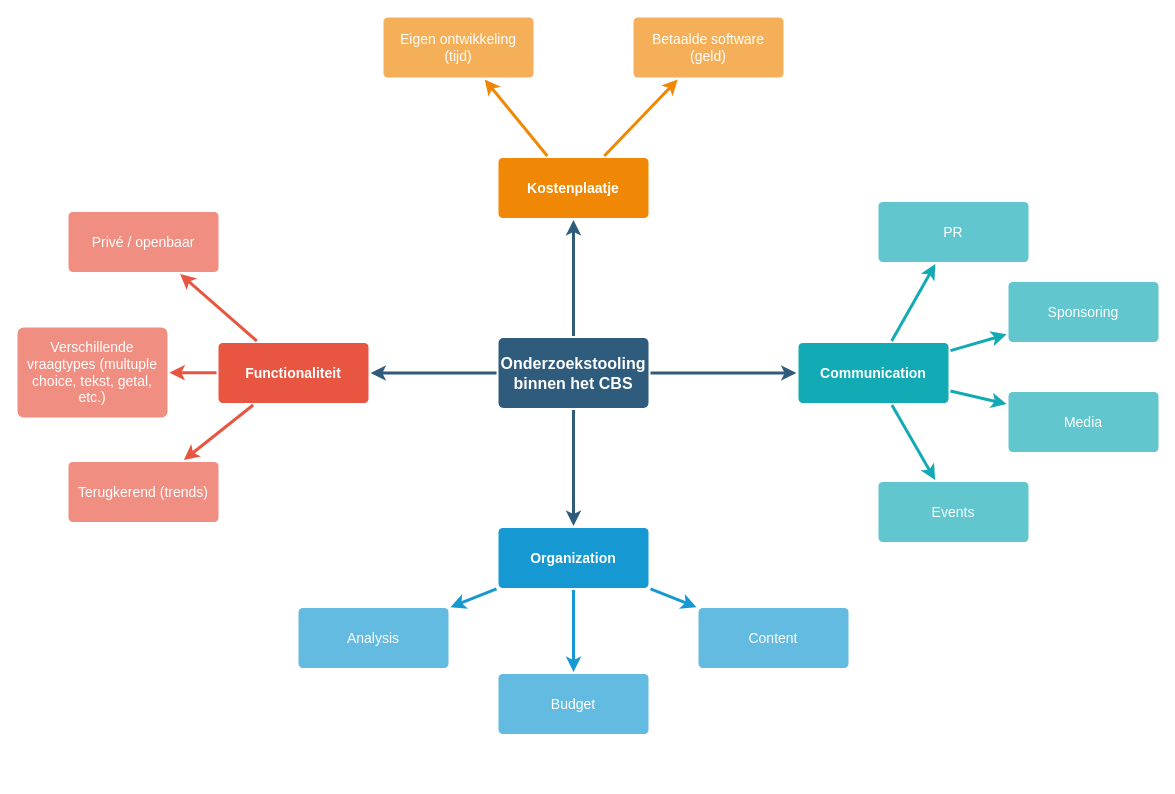
The draw.io diagram diagrammen/2025-02-10 Mindmap.drawio in LeroyGerrits/zuyd, before the edit. Source tidied: cells renumbered, new cells numbered last; positions are measured from the earlier drawing's top-left corner, leaving out a move shared by most shapes. Both pictures are drawn from the tidied source at 100%, with x=0, y=0 at pixel (17, 17).
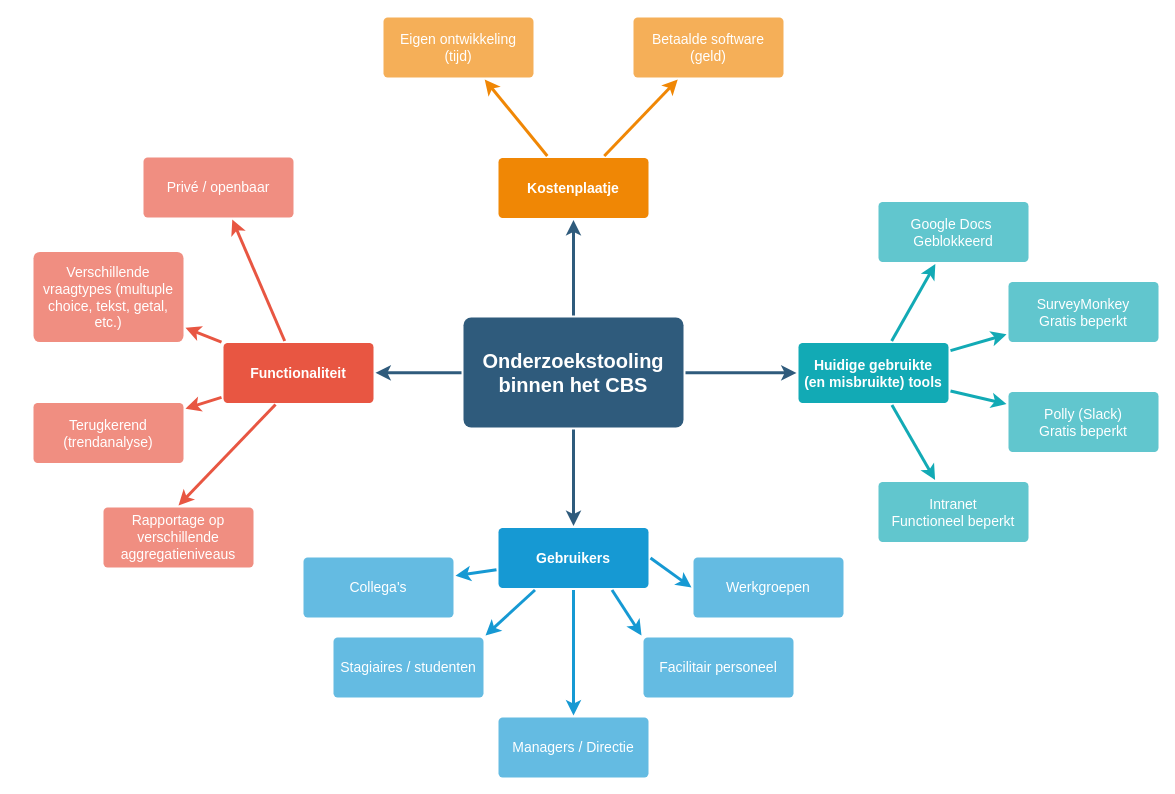
The same page after the edit.

What changed in the source:
```diff
@@
-    <mxCell id="6" value="Onderzoekstooling binnen het CBS" style="rounded=1;whiteSpace=wrap;html=1;shadow=0;labelBackgroundColor=none;strokeColor=none;strokeWidth=3;fillColor=#2F5B7C;fontFamily=Helvetica;fontSize=16;fontColor=#FFFFFF;align=center;fontStyle=1;spacing=5;arcSize=7;perimeterSpacing=2;" parent="1" vertex="1">
-      <mxGeometry x="481" y="320.5" width="150" height="70" as="geometry" />
+    <mxCell id="6" value="Onderzoekstooling binnen het CBS" style="rounded=1;whiteSpace=wrap;html=1;shadow=0;labelBackgroundColor=none;strokeColor=none;strokeWidth=3;fillColor=#2F5B7C;fontFamily=Helvetica;fontSize=20;fontColor=#FFFFFF;align=center;fontStyle=1;spacing=5;arcSize=7;perimeterSpacing=2;" parent="1" vertex="1">
+      <mxGeometry x="446" y="300" width="220" height="110" as="geometry" />
     </mxCell>
@@
     <mxCell id="10" value="Functionaliteit" style="rounded=1;whiteSpace=wrap;html=1;shadow=0;labelBackgroundColor=none;strokeColor=none;strokeWidth=3;fillColor=#e85642;fontFamily=Helvetica;fontSize=14;fontColor=#FFFFFF;align=center;spacing=5;fontStyle=1;arcSize=7;perimeterSpacing=2;" parent="1" vertex="1">
-      <mxGeometry x="201" y="325.5" width="150" height="60" as="geometry" />
+      <mxGeometry x="206" y="325.5" width="150" height="60" as="geometry" />
     </mxCell>
-    <mxCell id="11" value="Terugkerend (trends)" style="rounded=1;whiteSpace=wrap;html=1;shadow=0;labelBackgroundColor=none;strokeColor=none;strokeWidth=3;fillColor=#f08e81;fontFamily=Helvetica;fontSize=14;fontColor=#FFFFFF;align=center;spacing=5;fontStyle=0;arcSize=7;perimeterSpacing=2;" parent="1" vertex="1">
-      <mxGeometry x="51" y="444.5" width="150" height="60" as="geometry" />
+    <mxCell id="11" value="Terugkerend (trendanalyse)" style="rounded=1;whiteSpace=wrap;html=1;shadow=0;labelBackgroundColor=none;strokeColor=none;strokeWidth=3;fillColor=#f08e81;fontFamily=Helvetica;fontSize=14;fontColor=#FFFFFF;align=center;spacing=5;fontStyle=0;arcSize=7;perimeterSpacing=2;" parent="1" vertex="1">
+      <mxGeometry x="16" y="385.5" width="150" height="60" as="geometry" />
     </mxCell>
     <mxCell id="12" value="Verschillende vraagtypes (multuple choice, tekst, getal, etc.)" style="rounded=1;whiteSpace=wrap;html=1;shadow=0;labelBackgroundColor=none;strokeColor=none;strokeWidth=3;fillColor=#f08e81;fontFamily=Helvetica;fontSize=14;fontColor=#FFFFFF;align=center;spacing=5;fontStyle=0;arcSize=7;perimeterSpacing=2;" parent="1" vertex="1">
-      <mxGeometry y="310" width="150" height="90" as="geometry" />
+      <mxGeometry x="16" y="234.5" width="150" height="90" as="geometry" />
     </mxCell>
     <mxCell id="13" value="Privé / openbaar" style="rounded=1;whiteSpace=wrap;html=1;shadow=0;labelBackgroundColor=none;strokeColor=none;strokeWidth=3;fillColor=#f08e81;fontFamily=Helvetica;fontSize=14;fontColor=#FFFFFF;align=center;spacing=5;fontStyle=0;arcSize=7;perimeterSpacing=2;" parent="1" vertex="1">
-      <mxGeometry x="51" y="194.5" width="150" height="60" as="geometry" />
+      <mxGeometry x="126" y="140" width="150" height="60" as="geometry" />
     </mxCell>
@@
-    <mxCell id="15" style="edgeStyle=none;rounded=0;jumpStyle=none;html=1;shadow=0;labelBackgroundColor=none;startArrow=none;startFill=0;endArrow=classic;endFill=1;jettySize=auto;strokeColor=#1699D3;strokeWidth=3;fontFamily=Helvetica;fontSize=14;fontColor=#FFFFFF;spacing=5;" parent="1" edge="1" source="17" target="19">
+    <mxCell id="15" style="edgeStyle=none;rounded=0;jumpStyle=none;html=1;shadow=0;labelBackgroundColor=none;startArrow=none;startFill=0;endArrow=classic;endFill=1;jettySize=auto;strokeColor=#1699D3;strokeWidth=3;fontFamily=Helvetica;fontSize=14;fontColor=#FFFFFF;spacing=5;entryX=1;entryY=0;entryDx=0;entryDy=0;exitX=0.25;exitY=1;exitDx=0;exitDy=0;" parent="1" edge="1" source="17" target="19">
       <mxGeometry relative="1" as="geometry" />
     </mxCell>
@@
-    <mxCell id="17" value="Organization" style="rounded=1;whiteSpace=wrap;html=1;shadow=0;labelBackgroundColor=none;strokeColor=none;strokeWidth=3;fillColor=#1699d3;fontFamily=Helvetica;fontSize=14;fontColor=#FFFFFF;align=center;spacing=5;fontStyle=1;arcSize=7;perimeterSpacing=2;" parent="1" vertex="1">
+    <mxCell id="17" value="Gebruikers" style="rounded=1;whiteSpace=wrap;html=1;shadow=0;labelBackgroundColor=none;strokeColor=none;strokeWidth=3;fillColor=#1699d3;fontFamily=Helvetica;fontSize=14;fontColor=#FFFFFF;align=center;spacing=5;fontStyle=1;arcSize=7;perimeterSpacing=2;" parent="1" vertex="1">
       <mxGeometry x="481" y="510.5" width="150" height="60" as="geometry" />
     </mxCell>
-    <mxCell id="18" value="Content" style="rounded=1;whiteSpace=wrap;html=1;shadow=0;labelBackgroundColor=none;strokeColor=none;strokeWidth=3;fillColor=#64bbe2;fontFamily=Helvetica;fontSize=14;fontColor=#FFFFFF;align=center;spacing=5;arcSize=7;perimeterSpacing=2;" parent="1" vertex="1">
-      <mxGeometry x="681" y="590.5" width="150" height="60" as="geometry" />
+    <mxCell id="18" value="Managers / Directie" style="rounded=1;whiteSpace=wrap;html=1;shadow=0;labelBackgroundColor=none;strokeColor=none;strokeWidth=3;fillColor=#64bbe2;fontFamily=Helvetica;fontSize=14;fontColor=#FFFFFF;align=center;spacing=5;arcSize=7;perimeterSpacing=2;" parent="1" vertex="1">
+      <mxGeometry x="481" y="700" width="150" height="60" as="geometry" />
     </mxCell>
-    <mxCell id="19" value="Budget" style="rounded=1;whiteSpace=wrap;html=1;shadow=0;labelBackgroundColor=none;strokeColor=none;strokeWidth=3;fillColor=#64bbe2;fontFamily=Helvetica;fontSize=14;fontColor=#FFFFFF;align=center;spacing=5;arcSize=7;perimeterSpacing=2;" parent="1" vertex="1">
-      <mxGeometry x="481" y="656.5" width="150" height="60" as="geometry" />
+    <mxCell id="19" value="Stagiaires / studenten" style="rounded=1;whiteSpace=wrap;html=1;shadow=0;labelBackgroundColor=none;strokeColor=none;strokeWidth=3;fillColor=#64bbe2;fontFamily=Helvetica;fontSize=14;fontColor=#FFFFFF;align=center;spacing=5;arcSize=7;perimeterSpacing=2;" parent="1" vertex="1">
+      <mxGeometry x="316" y="620" width="150" height="60" as="geometry" />
     </mxCell>
-    <mxCell id="20" value="Analysis" style="rounded=1;whiteSpace=wrap;html=1;shadow=0;labelBackgroundColor=none;strokeColor=none;strokeWidth=3;fillColor=#64bbe2;fontFamily=Helvetica;fontSize=14;fontColor=#FFFFFF;align=center;spacing=5;arcSize=7;perimeterSpacing=2;" parent="1" vertex="1">
-      <mxGeometry x="281" y="590.5" width="150" height="60" as="geometry" />
+    <mxCell id="20" value="Collega's" style="rounded=1;whiteSpace=wrap;html=1;shadow=0;labelBackgroundColor=none;strokeColor=none;strokeWidth=3;fillColor=#64bbe2;fontFamily=Helvetica;fontSize=14;fontColor=#FFFFFF;align=center;spacing=5;arcSize=7;perimeterSpacing=2;" parent="1" vertex="1">
+      <mxGeometry x="286" y="540" width="150" height="60" as="geometry" />
     </mxCell>
@@
-    <mxCell id="26" value="Communication" style="rounded=1;whiteSpace=wrap;html=1;shadow=0;labelBackgroundColor=none;strokeColor=none;strokeWidth=3;fillColor=#12aab5;fontFamily=Helvetica;fontSize=14;fontColor=#FFFFFF;align=center;spacing=5;fontStyle=1;arcSize=7;perimeterSpacing=2;" parent="1" vertex="1">
+    <mxCell id="26" value="Huidige gebruikte (en misbruikte) tools" style="rounded=1;whiteSpace=wrap;html=1;shadow=0;labelBackgroundColor=none;strokeColor=none;strokeWidth=3;fillColor=#12aab5;fontFamily=Helvetica;fontSize=14;fontColor=#FFFFFF;align=center;spacing=5;fontStyle=1;arcSize=7;perimeterSpacing=2;" parent="1" vertex="1">
       <mxGeometry x="781" y="325.5" width="150" height="60" as="geometry" />
     </mxCell>
-    <mxCell id="27" value="Events" style="rounded=1;whiteSpace=wrap;html=1;shadow=0;labelBackgroundColor=none;strokeColor=none;strokeWidth=3;fillColor=#61c6ce;fontFamily=Helvetica;fontSize=14;fontColor=#FFFFFF;align=center;spacing=5;fontStyle=0;arcSize=7;perimeterSpacing=2;" parent="1" vertex="1">
+    <mxCell id="27" value="Intranet&lt;br&gt;Functioneel beperkt" style="rounded=1;whiteSpace=wrap;html=1;shadow=0;labelBackgroundColor=none;strokeColor=none;strokeWidth=3;fillColor=#61c6ce;fontFamily=Helvetica;fontSize=14;fontColor=#FFFFFF;align=center;spacing=5;fontStyle=0;arcSize=7;perimeterSpacing=2;" parent="1" vertex="1">
       <mxGeometry x="861" y="464.5" width="150" height="60" as="geometry" />
     </mxCell>
@@
-    <mxCell id="29" value="Media" style="rounded=1;whiteSpace=wrap;html=1;shadow=0;labelBackgroundColor=none;strokeColor=none;strokeWidth=3;fillColor=#61c6ce;fontFamily=Helvetica;fontSize=14;fontColor=#FFFFFF;align=center;spacing=5;fontStyle=0;arcSize=7;perimeterSpacing=2;" parent="1" vertex="1">
+    <mxCell id="29" value="Polly (Slack)&lt;br&gt;Gratis beperkt" style="rounded=1;whiteSpace=wrap;html=1;shadow=0;labelBackgroundColor=none;strokeColor=none;strokeWidth=3;fillColor=#61c6ce;fontFamily=Helvetica;fontSize=14;fontColor=#FFFFFF;align=center;spacing=5;fontStyle=0;arcSize=7;perimeterSpacing=2;" parent="1" vertex="1">
       <mxGeometry x="991" y="374.5" width="150" height="60" as="geometry" />
     </mxCell>
@@
-    <mxCell id="31" value="Sponsoring" style="rounded=1;whiteSpace=wrap;html=1;shadow=0;labelBackgroundColor=none;strokeColor=none;strokeWidth=3;fillColor=#61c6ce;fontFamily=Helvetica;fontSize=14;fontColor=#FFFFFF;align=center;spacing=5;fontStyle=0;arcSize=7;perimeterSpacing=2;" parent="1" vertex="1">
+    <mxCell id="31" value="SurveyMonkey&lt;br&gt;Gratis beperkt" style="rounded=1;whiteSpace=wrap;html=1;shadow=0;labelBackgroundColor=none;strokeColor=none;strokeWidth=3;fillColor=#61c6ce;fontFamily=Helvetica;fontSize=14;fontColor=#FFFFFF;align=center;spacing=5;fontStyle=0;arcSize=7;perimeterSpacing=2;" parent="1" vertex="1">
       <mxGeometry x="991" y="264.5" width="150" height="60" as="geometry" />
     </mxCell>
@@
-    <mxCell id="33" value="PR" style="rounded=1;whiteSpace=wrap;html=1;shadow=0;labelBackgroundColor=none;strokeColor=none;strokeWidth=3;fillColor=#61c6ce;fontFamily=Helvetica;fontSize=14;fontColor=#FFFFFF;align=center;spacing=5;fontStyle=0;arcSize=7;perimeterSpacing=2;" parent="1" vertex="1">
+    <mxCell id="33" value="Google Docs&amp;nbsp;&lt;br&gt;Geblokkeerd" style="rounded=1;whiteSpace=wrap;html=1;shadow=0;labelBackgroundColor=none;strokeColor=none;strokeWidth=3;fillColor=#61c6ce;fontFamily=Helvetica;fontSize=14;fontColor=#FFFFFF;align=center;spacing=5;fontStyle=0;arcSize=7;perimeterSpacing=2;" parent="1" vertex="1">
       <mxGeometry x="861" y="184.5" width="150" height="60" as="geometry" />
     </mxCell>
@@
+    <mxCell id="35" value="Rapportage op verschillende aggregatieniveaus" style="rounded=1;whiteSpace=wrap;html=1;shadow=0;labelBackgroundColor=none;strokeColor=none;strokeWidth=3;fillColor=#f08e81;fontFamily=Helvetica;fontSize=14;fontColor=#FFFFFF;align=center;spacing=5;fontStyle=0;arcSize=7;perimeterSpacing=2;" parent="1" vertex="1">
+      <mxGeometry x="86" y="490" width="150" height="60" as="geometry" />
+    </mxCell>
+    <mxCell id="36" style="edgeStyle=none;rounded=1;jumpStyle=none;html=1;shadow=0;labelBackgroundColor=none;startArrow=none;startFill=0;jettySize=auto;strokeColor=#E85642;strokeWidth=3;fontFamily=Helvetica;fontSize=14;fontColor=#FFFFFF;spacing=5;fontStyle=1;fillColor=#b0e3e6;entryX=0.5;entryY=0;entryDx=0;entryDy=0;exitX=0.351;exitY=0.992;exitDx=0;exitDy=0;exitPerimeter=0;" parent="1" edge="1" source="10" target="35">
+      <mxGeometry relative="1" as="geometry" />
+    </mxCell>
+    <mxCell id="37" value="Facilitair personeel" style="rounded=1;whiteSpace=wrap;html=1;shadow=0;labelBackgroundColor=none;strokeColor=none;strokeWidth=3;fillColor=#64bbe2;fontFamily=Helvetica;fontSize=14;fontColor=#FFFFFF;align=center;spacing=5;arcSize=7;perimeterSpacing=2;" parent="1" vertex="1">
+      <mxGeometry x="626" y="620" width="150" height="60" as="geometry" />
+    </mxCell>
+    <mxCell id="38" value="Werkgroepen" style="rounded=1;whiteSpace=wrap;html=1;shadow=0;labelBackgroundColor=none;strokeColor=none;strokeWidth=3;fillColor=#64bbe2;fontFamily=Helvetica;fontSize=14;fontColor=#FFFFFF;align=center;spacing=5;arcSize=7;perimeterSpacing=2;" parent="1" vertex="1">
+      <mxGeometry x="676" y="540" width="150" height="60" as="geometry" />
+    </mxCell>
+    <mxCell id="39" style="edgeStyle=none;rounded=0;jumpStyle=none;html=1;shadow=0;labelBackgroundColor=none;startArrow=none;startFill=0;endArrow=classic;endFill=1;jettySize=auto;strokeColor=#1699D3;strokeWidth=3;fontFamily=Helvetica;fontSize=14;fontColor=#FFFFFF;spacing=5;exitX=0.75;exitY=1;exitDx=0;exitDy=0;entryX=0;entryY=0;entryDx=0;entryDy=0;" parent="1" edge="1" source="17" target="37">
+      <mxGeometry relative="1" as="geometry" />
+    </mxCell>
+    <mxCell id="40" style="edgeStyle=none;rounded=0;jumpStyle=none;html=1;shadow=0;labelBackgroundColor=none;startArrow=none;startFill=0;endArrow=classic;endFill=1;jettySize=auto;strokeColor=#1699D3;strokeWidth=3;fontFamily=Helvetica;fontSize=14;fontColor=#FFFFFF;spacing=5;entryX=0;entryY=0.5;entryDx=0;entryDy=0;exitX=1;exitY=0.5;exitDx=0;exitDy=0;" parent="1" edge="1" source="17" target="38">
+      <mxGeometry relative="1" as="geometry" />
+    </mxCell>
```
